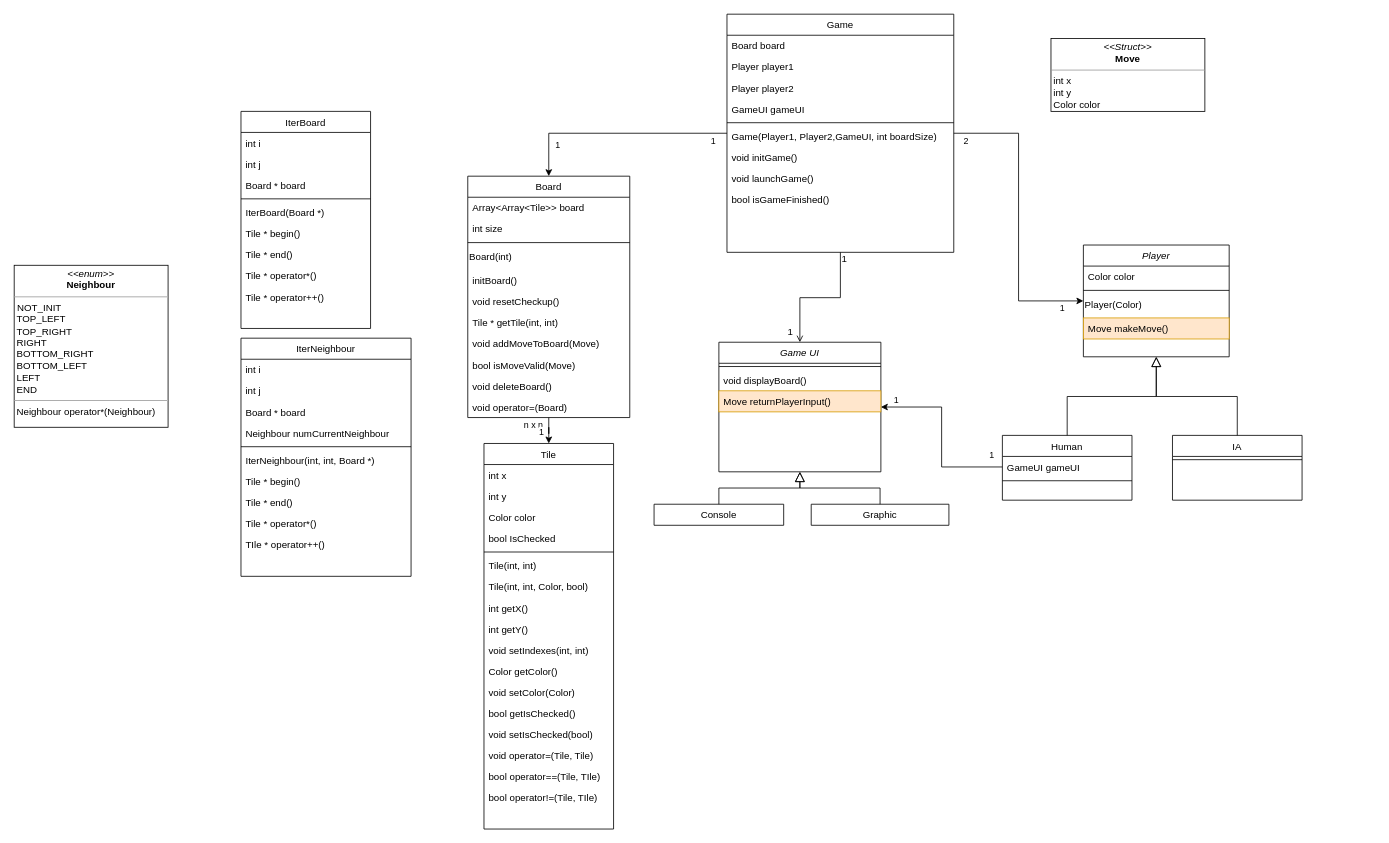
Above: doc/UMLdiagram.drawio in leduqueadrien/Hex (draw.io), before the change. Source tidied: cells renumbered, new cells numbered last; positions are measured from the earlier drawing's top-left corner, leaving out a move shared by most shapes. Both pictures are drawn from the tidied source at 81%, with x=0, y=0 at pixel (14, 14).
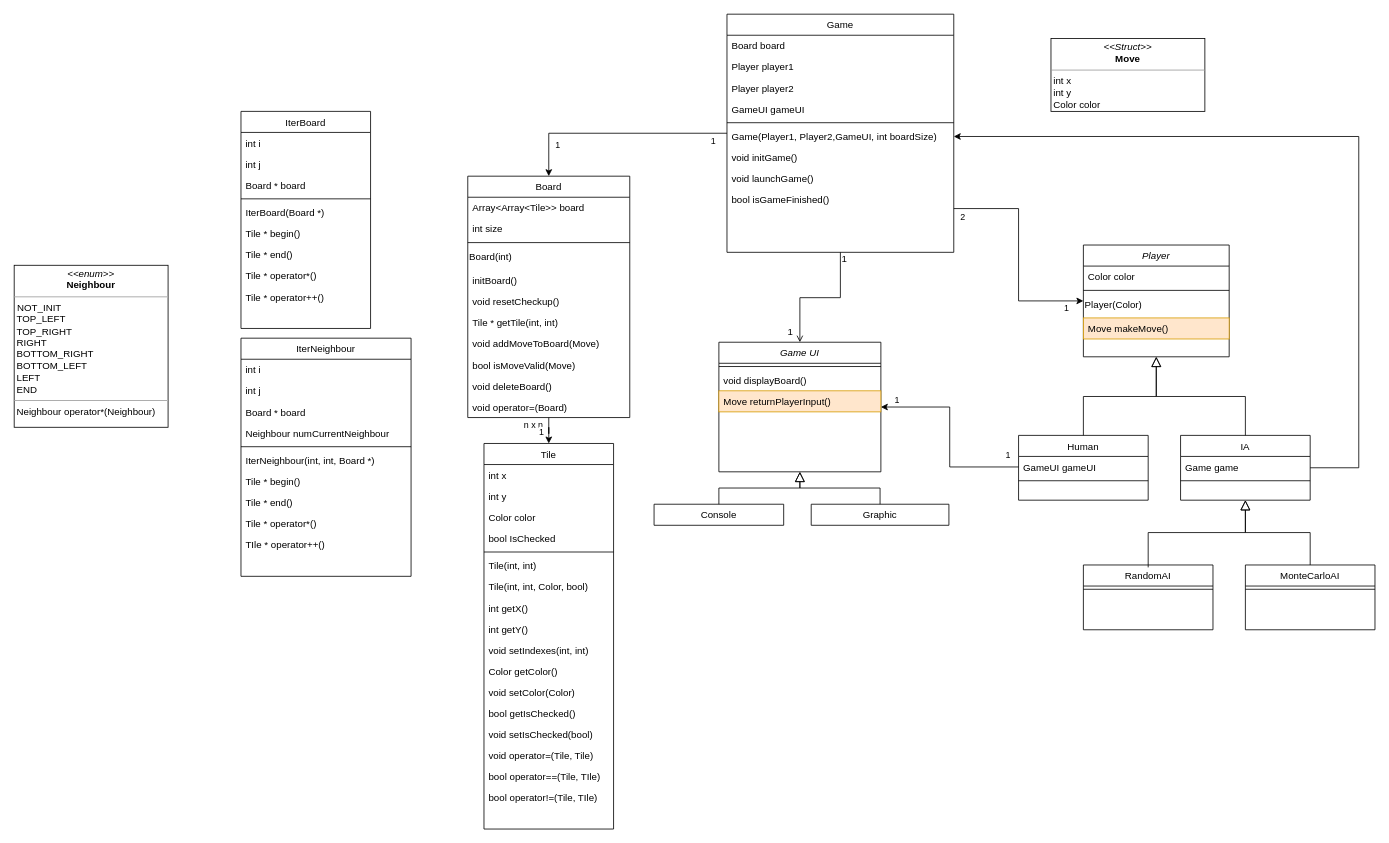
The same diagram, later.

Unchanged cells that the change refers to:
```xml
<mxCell id="5" value="Player" style="swimlane;fontStyle=2;align=center;verticalAlign=top;horizontal=1;startSize=26;rounded=0;shadow=0;strokeWidth=1;" parent="1" vertex="1">
  <mxGeometry x="1320" y="285" width="180" height="138" as="geometry" />
</mxCell>
<mxCell id="17" value="Game" style="swimlane;fontStyle=0;align=center;verticalAlign=top;horizontal=1;startSize=26;rounded=0;shadow=0;strokeWidth=1;" parent="1" vertex="1">
  <mxGeometry x="880" width="280" height="294" as="geometry" />
</mxCell>
<mxCell id="23" value="Game(Player1, Player2,GameUI, int boardSize)" style="text;align=left;verticalAlign=top;spacingLeft=4;spacingRight=4;overflow=hidden;points=[[0,0.5],[1,0.5]];portConstraint=eastwest;" parent="17" vertex="1">
  <mxGeometry y="138" width="280" height="26" as="geometry" />
</mxCell>
```

Diff of the diagram source:
```diff
@@
     <mxCell id="10" value="Human" style="swimlane;fontStyle=0;align=center;verticalAlign=top;horizontal=1;startSize=26;rounded=0;shadow=0;strokeWidth=1;" parent="1" vertex="1">
-      <mxGeometry x="1220" y="520" width="160" height="80" as="geometry" />
+      <mxGeometry x="1240" y="520" width="160" height="80" as="geometry" />
     </mxCell>
@@
+    <mxCell id="99" style="edgeStyle=orthogonalEdgeStyle;rounded=0;jettySize=auto;html=1;exitX=1;exitY=0.5;exitDx=0;exitDy=0;entryX=1;entryY=0.5;entryDx=0;entryDy=0;strokeColor=#000000;" parent="1" edge="1" source="14" target="23">
+      <mxGeometry relative="1" as="geometry">
+        <Array as="points">
+          <mxPoint x="1660" y="560" />
+          <mxPoint x="1660" y="151" />
+        </Array>
+      </mxGeometry>
+    </mxCell>
     <mxCell id="14" value="IA" style="swimlane;fontStyle=0;align=center;verticalAlign=top;horizontal=1;startSize=26;rounded=0;shadow=0;strokeWidth=1;" parent="1" vertex="1">
-      <mxGeometry x="1430" y="520" width="160" height="80" as="geometry" />
+      <mxGeometry x="1440" y="520" width="160" height="80" as="geometry" />
     </mxCell>
+    <mxCell id="100" value="Game game" style="text;align=left;verticalAlign=top;spacingLeft=4;spacingRight=4;overflow=hidden;" parent="14" vertex="1">
+      <mxGeometry y="26" width="160" height="26" as="geometry" />
+    </mxCell>
     <mxCell id="15" style="line;html=1;strokeWidth=1;align=left;verticalAlign=middle;spacingTop=-1;spacingLeft=3;spacingRight=3;labelPosition=right;" parent="14" vertex="1">
-      <mxGeometry y="26" width="160" height="8" as="geometry" />
+      <mxGeometry y="52" width="160" height="8" as="geometry" />
     </mxCell>
@@
-    <mxCell id="30" value="2" style="edgeStyle=orthogonalEdgeStyle;rounded=0;jettySize=auto;html=1;exitX=1;exitY=0.5;exitDx=0;exitDy=0;" parent="1" edge="1" source="17" target="5">
-      <mxGeometry x="-0.92" y="-10" relative="1" as="geometry" />
+    <mxCell id="30" value="2" style="edgeStyle=orthogonalEdgeStyle;rounded=0;jettySize=auto;html=1;" parent="1" edge="1" target="5">
+      <mxGeometry x="-0.92" y="-10" relative="1" as="geometry">
+        <mxPoint x="1160" y="240" as="sourcePoint" />
+        <Array as="points">
+          <mxPoint x="1240" y="240" />
+          <mxPoint x="1240" y="354" />
+        </Array>
+      </mxGeometry>
     </mxCell>
@@
+    <mxCell id="101" value="RandomAI" style="swimlane;fontStyle=0;align=center;verticalAlign=top;horizontal=1;startSize=26;rounded=0;shadow=0;strokeWidth=1;" parent="1" vertex="1">
+      <mxGeometry x="1320" y="680" width="160" height="80" as="geometry" />
+    </mxCell>
+    <mxCell id="102" style="line;html=1;strokeWidth=1;align=left;verticalAlign=middle;spacingTop=-1;spacingLeft=3;spacingRight=3;labelPosition=right;" parent="101" vertex="1">
+      <mxGeometry y="26" width="160" height="8" as="geometry" />
+    </mxCell>
+    <mxCell id="103" value="MonteCarloAI" style="swimlane;fontStyle=0;align=center;verticalAlign=top;horizontal=1;startSize=26;rounded=0;shadow=0;strokeWidth=1;" parent="1" vertex="1">
+      <mxGeometry x="1520" y="680" width="160" height="80" as="geometry" />
+    </mxCell>
+    <mxCell id="104" style="line;html=1;strokeWidth=1;align=left;verticalAlign=middle;spacingTop=-1;spacingLeft=3;spacingRight=3;labelPosition=right;" parent="103" vertex="1">
+      <mxGeometry y="26" width="160" height="8" as="geometry" />
+    </mxCell>
+    <mxCell id="105" style="endArrow=block;endSize=10;endFill=0;shadow=0;strokeWidth=1;rounded=0;edgeStyle=elbowEdgeStyle;elbow=vertical;exitX=0.5;exitY=0;exitDx=0;exitDy=0;entryX=0.5;entryY=1;entryDx=0;entryDy=0;" parent="1" edge="1" source="103" target="14">
+      <mxGeometry relative="1" as="geometry" />
+    </mxCell>
+    <mxCell id="106" style="endArrow=block;endSize=10;endFill=0;shadow=0;strokeWidth=1;rounded=0;edgeStyle=elbowEdgeStyle;elbow=vertical;exitX=0.5;exitY=0;exitDx=0;exitDy=0;" parent="1" edge="1">
+      <mxGeometry relative="1" as="geometry">
+        <mxPoint x="1400" y="683" as="sourcePoint" />
+        <mxPoint x="1520" y="600" as="targetPoint" />
+        <Array as="points">
+          <mxPoint x="1460" y="640" />
+        </Array>
+      </mxGeometry>
+    </mxCell>
```
